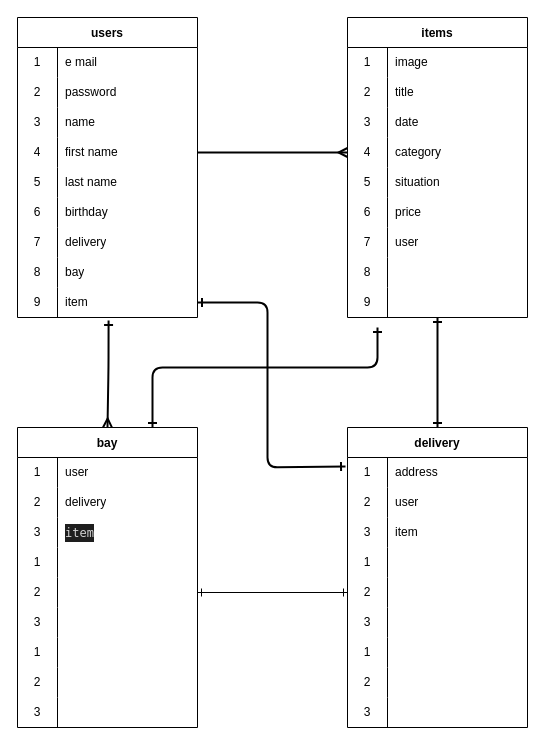
Before: datebase.dio in kaito-2327/furima-39234, a draw.io diagram. Source tidied: cells renumbered, new cells numbered last; positions are measured from the earlier drawing's top-left corner, leaving out a move shared by most shapes. Both pictures are drawn from the tidied source at 100%, with x=0, y=0 at pixel (17, 17).
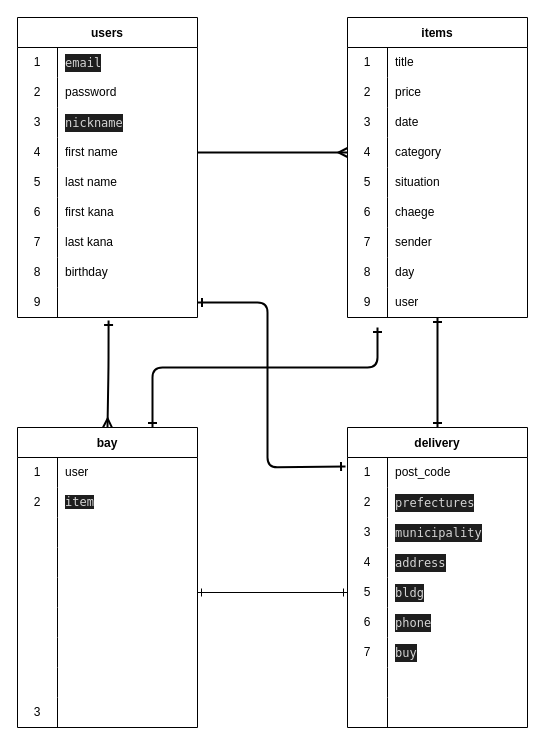
Above is the later version.

The change refers to these unchanged cells:
```xml
<mxCell id="3" style="shape=tableRow;horizontal=0;startSize=0;swimlaneHead=0;swimlaneBody=0;top=0;left=0;bottom=0;right=0;fillColor=none;" parent="2" vertex="1">
<mxCell id="9" style="shape=tableRow;horizontal=0;startSize=0;swimlaneHead=0;swimlaneBody=0;top=0;left=0;bottom=0;right=0;fillColor=none;" parent="2" vertex="1">
<mxCell id="18" style="shape=tableRow;horizontal=0;startSize=0;swimlaneHead=0;swimlaneBody=0;top=0;left=0;bottom=0;right=0;fillColor=none;" parent="2" vertex="1">
<mxCell id="21" style="shape=tableRow;horizontal=0;startSize=0;swimlaneHead=0;swimlaneBody=0;top=0;left=0;bottom=0;right=0;fillColor=none;" parent="2" vertex="1">
<mxCell id="24" style="shape=tableRow;horizontal=0;startSize=0;swimlaneHead=0;swimlaneBody=0;top=0;left=0;bottom=0;right=0;fillColor=none;" parent="2" vertex="1">
<mxCell id="27" style="shape=tableRow;horizontal=0;startSize=0;swimlaneHead=0;swimlaneBody=0;top=0;left=0;bottom=0;right=0;fillColor=none;points=[[0,0.5],[1,0.5]];portConstraint=eastwest;" parent="2" vertex="1">
<mxCell id="31" style="shape=tableRow;horizontal=0;startSize=0;swimlaneHead=0;swimlaneBody=0;top=0;left=0;bottom=0;right=0;fillColor=none;" parent="30" vertex="1">
<mxCell id="34" style="shape=tableRow;horizontal=0;startSize=0;swimlaneHead=0;swimlaneBody=0;top=0;left=0;bottom=0;right=0;fillColor=none;" parent="30" vertex="1">
<mxCell id="46" style="shape=tableRow;horizontal=0;startSize=0;swimlaneHead=0;swimlaneBody=0;top=0;left=0;bottom=0;right=0;fillColor=none;" parent="30" vertex="1">
<mxCell id="49" style="shape=tableRow;horizontal=0;startSize=0;swimlaneHead=0;swimlaneBody=0;top=0;left=0;bottom=0;right=0;fillColor=none;" parent="30" vertex="1">
<mxCell id="52" style="shape=tableRow;horizontal=0;startSize=0;swimlaneHead=0;swimlaneBody=0;top=0;left=0;bottom=0;right=0;fillColor=none;" parent="30" vertex="1">
<mxCell id="55" style="shape=tableRow;horizontal=0;startSize=0;swimlaneHead=0;swimlaneBody=0;top=0;left=0;bottom=0;right=0;fillColor=none;points=[[0,0.5],[1,0.5]];portConstraint=eastwest;" parent="30" vertex="1">
<mxCell id="64" style="shape=tableRow;horizontal=0;startSize=0;swimlaneHead=0;swimlaneBody=0;top=0;left=0;bottom=0;right=0;fillColor=none;" parent="60" vertex="1">
<mxCell id="67" style="shape=tableRow;horizontal=0;startSize=0;swimlaneHead=0;swimlaneBody=0;top=0;left=0;bottom=0;right=0;fillColor=none;" parent="60" vertex="1">
<mxCell id="70" style="shape=tableRow;horizontal=0;startSize=0;swimlaneHead=0;swimlaneBody=0;top=0;left=0;bottom=0;right=0;fillColor=none;" parent="60" vertex="1">
<mxCell id="73" style="shape=tableRow;horizontal=0;startSize=0;swimlaneHead=0;swimlaneBody=0;top=0;left=0;bottom=0;right=0;fillColor=none;points=[[0,0.5],[1,0.5]];portConstraint=eastwest;" parent="60" vertex="1">
<mxCell id="76" style="shape=tableRow;horizontal=0;startSize=0;swimlaneHead=0;swimlaneBody=0;top=0;left=0;bottom=0;right=0;fillColor=none;" parent="60" vertex="1">
<mxCell id="79" style="shape=tableRow;horizontal=0;startSize=0;swimlaneHead=0;swimlaneBody=0;top=0;left=0;bottom=0;right=0;fillColor=none;" parent="60" vertex="1">
<mxCell id="82" style="shape=tableRow;horizontal=0;startSize=0;swimlaneHead=0;swimlaneBody=0;top=0;left=0;bottom=0;right=0;fillColor=none;" parent="60" vertex="1">
<mxCell id="90" style="shape=tableRow;horizontal=0;startSize=0;swimlaneHead=0;swimlaneBody=0;top=0;left=0;bottom=0;right=0;fillColor=none;points=[[0,0.5],[1,0.5]];portConstraint=eastwest;" parent="89" vertex="1">
<mxCell id="93" style="shape=tableRow;horizontal=0;startSize=0;swimlaneHead=0;swimlaneBody=0;top=0;left=0;bottom=0;right=0;fillColor=none;" parent="89" vertex="1">
<mxCell id="96" style="shape=tableRow;horizontal=0;startSize=0;swimlaneHead=0;swimlaneBody=0;top=0;left=0;bottom=0;right=0;fillColor=none;" parent="89" vertex="1">
<mxCell id="99" style="shape=tableRow;horizontal=0;startSize=0;swimlaneHead=0;swimlaneBody=0;top=0;left=0;bottom=0;right=0;fillColor=none;" parent="89" vertex="1">
<mxCell id="102" style="shape=tableRow;horizontal=0;startSize=0;swimlaneHead=0;swimlaneBody=0;top=0;left=0;bottom=0;right=0;fillColor=none;points=[[0,0.5],[1,0.5]];portConstraint=eastwest;" parent="89" vertex="1">
<mxCell id="105" style="shape=tableRow;horizontal=0;startSize=0;swimlaneHead=0;swimlaneBody=0;top=0;left=0;bottom=0;right=0;fillColor=none;" parent="89" vertex="1">
<mxCell id="108" style="shape=tableRow;horizontal=0;startSize=0;swimlaneHead=0;swimlaneBody=0;top=0;left=0;bottom=0;right=0;fillColor=none;" parent="89" vertex="1">
<mxCell id="111" style="shape=tableRow;horizontal=0;startSize=0;swimlaneHead=0;swimlaneBody=0;top=0;left=0;bottom=0;right=0;fillColor=none;" parent="89" vertex="1">
<mxCell id="114" style="shape=tableRow;horizontal=0;startSize=0;swimlaneHead=0;swimlaneBody=0;top=0;left=0;bottom=0;right=0;fillColor=none;" parent="89" vertex="1">
```

Diff of the diagram source:
```diff
@@
-    <mxCell id="5" value="e mail" style="shape=partialRectangle;html=1;whiteSpace=wrap;fillColor=none;top=0;left=0;bottom=0;right=0;align=left;spacingLeft=6;overflow=hidden;" parent="3" vertex="1">
+    <mxCell id="5" value="&lt;div style=&quot;color: rgb(212, 212, 212); background-color: rgb(30, 30, 30); font-family: Menlo, Monaco, &amp;quot;Courier New&amp;quot;, monospace; line-height: 18px;&quot;&gt;email&lt;/div&gt;" style="shape=partialRectangle;html=1;whiteSpace=wrap;fillColor=none;top=0;left=0;bottom=0;right=0;align=left;spacingLeft=6;overflow=hidden;" parent="3" vertex="1">
       <mxGeometry x="40" width="140" height="30" as="geometry" />
     </mxCell>
@@
-    <mxCell id="11" value="name" style="shape=partialRectangle;html=1;whiteSpace=wrap;fillColor=none;top=0;left=0;bottom=0;right=0;align=left;spacingLeft=6;overflow=hidden;" parent="9" vertex="1">
+    <mxCell id="11" value="&lt;div style=&quot;color: rgb(212, 212, 212); background-color: rgb(30, 30, 30); font-family: Menlo, Monaco, &amp;quot;Courier New&amp;quot;, monospace; line-height: 18px;&quot;&gt;nickname&lt;/div&gt;" style="shape=partialRectangle;html=1;whiteSpace=wrap;fillColor=none;top=0;left=0;bottom=0;right=0;align=left;spacingLeft=6;overflow=hidden;" parent="9" vertex="1">
       <mxGeometry x="40" width="140" height="30" as="geometry" />
     </mxCell>
@@
-    <mxCell id="20" value="birthday" style="shape=partialRectangle;html=1;whiteSpace=wrap;fillColor=none;top=0;left=0;bottom=0;right=0;align=left;spacingLeft=6;overflow=hidden;" parent="18" vertex="1">
+    <mxCell id="20" value="first kana" style="shape=partialRectangle;html=1;whiteSpace=wrap;fillColor=none;top=0;left=0;bottom=0;right=0;align=left;spacingLeft=6;overflow=hidden;" parent="18" vertex="1">
       <mxGeometry x="40" width="140" height="30" as="geometry" />
     </mxCell>
@@
-    <mxCell id="23" value="delivery" style="shape=partialRectangle;html=1;whiteSpace=wrap;fillColor=none;top=0;left=0;bottom=0;right=0;align=left;spacingLeft=6;overflow=hidden;" parent="21" vertex="1">
+    <mxCell id="23" value="last kana" style="shape=partialRectangle;html=1;whiteSpace=wrap;fillColor=none;top=0;left=0;bottom=0;right=0;align=left;spacingLeft=6;overflow=hidden;" parent="21" vertex="1">
       <mxGeometry x="40" width="140" height="30" as="geometry" />
     </mxCell>
@@
-    <mxCell id="26" value="bay" style="shape=partialRectangle;html=1;whiteSpace=wrap;fillColor=none;top=0;left=0;bottom=0;right=0;align=left;spacingLeft=6;overflow=hidden;" parent="24" vertex="1">
+    <mxCell id="26" value="birthday" style="shape=partialRectangle;html=1;whiteSpace=wrap;fillColor=none;top=0;left=0;bottom=0;right=0;align=left;spacingLeft=6;overflow=hidden;" parent="24" vertex="1">
       <mxGeometry x="40" width="140" height="30" as="geometry" />
     </mxCell>
@@
-    <mxCell id="29" value="item" style="shape=partialRectangle;html=1;whiteSpace=wrap;fillColor=none;top=0;left=0;bottom=0;right=0;align=left;spacingLeft=6;overflow=hidden;" parent="27" vertex="1">
+    <mxCell id="29" style="shape=partialRectangle;html=1;whiteSpace=wrap;fillColor=none;top=0;left=0;bottom=0;right=0;align=left;spacingLeft=6;overflow=hidden;" parent="27" vertex="1">
       <mxGeometry x="40" width="140" height="30" as="geometry" />
     </mxCell>
@@
-    <mxCell id="33" value="image" style="shape=partialRectangle;html=1;whiteSpace=wrap;fillColor=none;top=0;left=0;bottom=0;right=0;align=left;spacingLeft=6;overflow=hidden;" parent="31" vertex="1">
+    <mxCell id="33" value="title" style="shape=partialRectangle;html=1;whiteSpace=wrap;fillColor=none;top=0;left=0;bottom=0;right=0;align=left;spacingLeft=6;overflow=hidden;" parent="31" vertex="1">
       <mxGeometry x="40" width="140" height="30" as="geometry" />
     </mxCell>
@@
-    <mxCell id="36" value="title" style="shape=partialRectangle;html=1;whiteSpace=wrap;fillColor=none;top=0;left=0;bottom=0;right=0;align=left;spacingLeft=6;overflow=hidden;" parent="34" vertex="1">
+    <mxCell id="36" value="price" style="shape=partialRectangle;html=1;whiteSpace=wrap;fillColor=none;top=0;left=0;bottom=0;right=0;align=left;spacingLeft=6;overflow=hidden;" parent="34" vertex="1">
       <mxGeometry x="40" width="140" height="30" as="geometry" />
     </mxCell>
@@
-    <mxCell id="48" value="price" style="shape=partialRectangle;html=1;whiteSpace=wrap;fillColor=none;top=0;left=0;bottom=0;right=0;align=left;spacingLeft=6;overflow=hidden;" parent="46" vertex="1">
+    <mxCell id="48" value="chaege" style="shape=partialRectangle;html=1;whiteSpace=wrap;fillColor=none;top=0;left=0;bottom=0;right=0;align=left;spacingLeft=6;overflow=hidden;" parent="46" vertex="1">
       <mxGeometry x="40" width="140" height="30" as="geometry" />
     </mxCell>
@@
-    <mxCell id="51" value="user" style="shape=partialRectangle;html=1;whiteSpace=wrap;fillColor=none;top=0;left=0;bottom=0;right=0;align=left;spacingLeft=6;overflow=hidden;" parent="49" vertex="1">
+    <mxCell id="51" value="sender" style="shape=partialRectangle;html=1;whiteSpace=wrap;fillColor=none;top=0;left=0;bottom=0;right=0;align=left;spacingLeft=6;overflow=hidden;" parent="49" vertex="1">
       <mxGeometry x="40" width="140" height="30" as="geometry" />
     </mxCell>
@@
-    <mxCell id="54" style="shape=partialRectangle;html=1;whiteSpace=wrap;fillColor=none;top=0;left=0;bottom=0;right=0;align=left;spacingLeft=6;overflow=hidden;" parent="52" vertex="1">
+    <mxCell id="54" value="day" style="shape=partialRectangle;html=1;whiteSpace=wrap;fillColor=none;top=0;left=0;bottom=0;right=0;align=left;spacingLeft=6;overflow=hidden;" parent="52" vertex="1">
       <mxGeometry x="40" width="140" height="30" as="geometry" />
     </mxCell>
@@
-    <mxCell id="57" style="shape=partialRectangle;html=1;whiteSpace=wrap;fillColor=none;top=0;left=0;bottom=0;right=0;align=left;spacingLeft=6;overflow=hidden;" parent="55" vertex="1">
+    <mxCell id="57" value="user" style="shape=partialRectangle;html=1;whiteSpace=wrap;fillColor=none;top=0;left=0;bottom=0;right=0;align=left;spacingLeft=6;overflow=hidden;" parent="55" vertex="1">
       <mxGeometry x="40" width="140" height="30" as="geometry" />
     </mxCell>
@@
-    <mxCell id="66" value="delivery" style="shape=partialRectangle;html=1;whiteSpace=wrap;fillColor=none;top=0;left=0;bottom=0;right=0;align=left;spacingLeft=6;overflow=hidden;" parent="64" vertex="1">
+    <mxCell id="66" value="&lt;span style=&quot;color: rgb(212, 212, 212); font-family: Menlo, Monaco, &amp;quot;Courier New&amp;quot;, monospace; background-color: rgb(30, 30, 30);&quot;&gt;item&lt;/span&gt;" style="shape=partialRectangle;html=1;whiteSpace=wrap;fillColor=none;top=0;left=0;bottom=0;right=0;align=left;spacingLeft=6;overflow=hidden;" parent="64" vertex="1">
       <mxGeometry x="40" width="140" height="30" as="geometry" />
     </mxCell>
@@
-    <mxCell id="68" value="3" style="shape=partialRectangle;html=1;whiteSpace=wrap;fillColor=none;top=0;left=0;bottom=0;right=0;overflow=hidden;" parent="67" vertex="1">
+    <mxCell id="68" style="shape=partialRectangle;html=1;whiteSpace=wrap;fillColor=none;top=0;left=0;bottom=0;right=0;overflow=hidden;" parent="67" vertex="1">
       <mxGeometry width="40" height="30" as="geometry" />
     </mxCell>
-    <mxCell id="69" value="&lt;div style=&quot;color: rgb(212, 212, 212); background-color: rgb(30, 30, 30); font-family: Menlo, Monaco, &amp;quot;Courier New&amp;quot;, monospace; line-height: 18px;&quot;&gt;item&lt;/div&gt;" style="shape=partialRectangle;html=1;whiteSpace=wrap;fillColor=none;top=0;left=0;bottom=0;right=0;align=left;spacingLeft=6;overflow=hidden;" parent="67" vertex="1">
+    <mxCell id="69" value="&lt;div style=&quot;color: rgb(212, 212, 212); background-color: rgb(30, 30, 30); font-family: Menlo, Monaco, &amp;quot;Courier New&amp;quot;, monospace; line-height: 18px;&quot;&gt;&lt;br&gt;&lt;/div&gt;" style="shape=partialRectangle;html=1;whiteSpace=wrap;fillColor=none;top=0;left=0;bottom=0;right=0;align=left;spacingLeft=6;overflow=hidden;" parent="67" vertex="1">
       <mxGeometry x="40" width="140" height="30" as="geometry" />
     </mxCell>
@@
-    <mxCell id="71" value="1" style="shape=partialRectangle;html=1;whiteSpace=wrap;fillColor=none;top=0;left=0;bottom=0;right=0;overflow=hidden;" parent="70" vertex="1">
+    <mxCell id="71" style="shape=partialRectangle;html=1;whiteSpace=wrap;fillColor=none;top=0;left=0;bottom=0;right=0;overflow=hidden;" parent="70" vertex="1">
       <mxGeometry width="40" height="30" as="geometry" />
     </mxCell>
@@
-    <mxCell id="74" value="2" style="shape=partialRectangle;html=1;whiteSpace=wrap;fillColor=none;top=0;left=0;bottom=0;right=0;overflow=hidden;" parent="73" vertex="1">
+    <mxCell id="74" style="shape=partialRectangle;html=1;whiteSpace=wrap;fillColor=none;top=0;left=0;bottom=0;right=0;overflow=hidden;" parent="73" vertex="1">
       <mxGeometry width="40" height="30" as="geometry" />
     </mxCell>
@@
-    <mxCell id="77" value="3" style="shape=partialRectangle;html=1;whiteSpace=wrap;fillColor=none;top=0;left=0;bottom=0;right=0;overflow=hidden;" parent="76" vertex="1">
+    <mxCell id="77" style="shape=partialRectangle;html=1;whiteSpace=wrap;fillColor=none;top=0;left=0;bottom=0;right=0;overflow=hidden;" parent="76" vertex="1">
       <mxGeometry width="40" height="30" as="geometry" />
     </mxCell>
@@
-    <mxCell id="80" value="1" style="shape=partialRectangle;html=1;whiteSpace=wrap;fillColor=none;top=0;left=0;bottom=0;right=0;overflow=hidden;" parent="79" vertex="1">
+    <mxCell id="80" style="shape=partialRectangle;html=1;whiteSpace=wrap;fillColor=none;top=0;left=0;bottom=0;right=0;overflow=hidden;" parent="79" vertex="1">
       <mxGeometry width="40" height="30" as="geometry" />
     </mxCell>
@@
-    <mxCell id="83" value="2" style="shape=partialRectangle;html=1;whiteSpace=wrap;fillColor=none;top=0;left=0;bottom=0;right=0;overflow=hidden;" parent="82" vertex="1">
+    <mxCell id="83" style="shape=partialRectangle;html=1;whiteSpace=wrap;fillColor=none;top=0;left=0;bottom=0;right=0;overflow=hidden;" parent="82" vertex="1">
       <mxGeometry width="40" height="30" as="geometry" />
     </mxCell>
@@
-    <mxCell id="92" value="address" style="shape=partialRectangle;html=1;whiteSpace=wrap;fillColor=none;top=0;left=0;bottom=0;right=0;align=left;spacingLeft=6;overflow=hidden;" parent="90" vertex="1">
+    <mxCell id="92" value="post_code" style="shape=partialRectangle;html=1;whiteSpace=wrap;fillColor=none;top=0;left=0;bottom=0;right=0;align=left;spacingLeft=6;overflow=hidden;" parent="90" vertex="1">
       <mxGeometry x="40" width="140" height="30" as="geometry" />
     </mxCell>
@@
-    <mxCell id="95" value="user" style="shape=partialRectangle;html=1;whiteSpace=wrap;fillColor=none;top=0;left=0;bottom=0;right=0;align=left;spacingLeft=6;overflow=hidden;" parent="93" vertex="1">
+    <mxCell id="95" value="&lt;div style=&quot;color: rgb(212, 212, 212); background-color: rgb(30, 30, 30); font-family: Menlo, Monaco, &amp;quot;Courier New&amp;quot;, monospace; line-height: 18px;&quot;&gt;prefectures&lt;/div&gt;" style="shape=partialRectangle;html=1;whiteSpace=wrap;fillColor=none;top=0;left=0;bottom=0;right=0;align=left;spacingLeft=6;overflow=hidden;" parent="93" vertex="1">
       <mxGeometry x="40" width="140" height="30" as="geometry" />
     </mxCell>
@@
-    <mxCell id="98" value="item" style="shape=partialRectangle;html=1;whiteSpace=wrap;fillColor=none;top=0;left=0;bottom=0;right=0;align=left;spacingLeft=6;overflow=hidden;" parent="96" vertex="1">
+    <mxCell id="98" value="&lt;div style=&quot;color: rgb(212, 212, 212); background-color: rgb(30, 30, 30); font-family: Menlo, Monaco, &amp;quot;Courier New&amp;quot;, monospace; line-height: 18px;&quot;&gt;municipality&lt;/div&gt;" style="shape=partialRectangle;html=1;whiteSpace=wrap;fillColor=none;top=0;left=0;bottom=0;right=0;align=left;spacingLeft=6;overflow=hidden;" parent="96" vertex="1">
       <mxGeometry x="40" width="140" height="30" as="geometry" />
     </mxCell>
@@
-    <mxCell id="100" value="1" style="shape=partialRectangle;html=1;whiteSpace=wrap;fillColor=none;top=0;left=0;bottom=0;right=0;overflow=hidden;" parent="99" vertex="1">
+    <mxCell id="100" value="4" style="shape=partialRectangle;html=1;whiteSpace=wrap;fillColor=none;top=0;left=0;bottom=0;right=0;overflow=hidden;" parent="99" vertex="1">
       <mxGeometry width="40" height="30" as="geometry" />
     </mxCell>
-    <mxCell id="101" style="shape=partialRectangle;html=1;whiteSpace=wrap;fillColor=none;top=0;left=0;bottom=0;right=0;align=left;spacingLeft=6;overflow=hidden;" parent="99" vertex="1">
+    <mxCell id="101" value="&lt;div style=&quot;color: rgb(212, 212, 212); background-color: rgb(30, 30, 30); font-family: Menlo, Monaco, &amp;quot;Courier New&amp;quot;, monospace; line-height: 18px;&quot;&gt;address&lt;/div&gt;" style="shape=partialRectangle;html=1;whiteSpace=wrap;fillColor=none;top=0;left=0;bottom=0;right=0;align=left;spacingLeft=6;overflow=hidden;" parent="99" vertex="1">
       <mxGeometry x="40" width="140" height="30" as="geometry" />
     </mxCell>
@@
-    <mxCell id="103" value="2" style="shape=partialRectangle;html=1;whiteSpace=wrap;fillColor=none;top=0;left=0;bottom=0;right=0;overflow=hidden;" parent="102" vertex="1">
+    <mxCell id="103" value="5" style="shape=partialRectangle;html=1;whiteSpace=wrap;fillColor=none;top=0;left=0;bottom=0;right=0;overflow=hidden;" parent="102" vertex="1">
       <mxGeometry width="40" height="30" as="geometry" />
     </mxCell>
-    <mxCell id="104" style="shape=partialRectangle;html=1;whiteSpace=wrap;fillColor=none;top=0;left=0;bottom=0;right=0;align=left;spacingLeft=6;overflow=hidden;" parent="102" vertex="1">
+    <mxCell id="104" value="&lt;div style=&quot;color: rgb(212, 212, 212); background-color: rgb(30, 30, 30); font-family: Menlo, Monaco, &amp;quot;Courier New&amp;quot;, monospace; line-height: 18px;&quot;&gt;bldg&lt;/div&gt;" style="shape=partialRectangle;html=1;whiteSpace=wrap;fillColor=none;top=0;left=0;bottom=0;right=0;align=left;spacingLeft=6;overflow=hidden;" parent="102" vertex="1">
       <mxGeometry x="40" width="140" height="30" as="geometry" />
     </mxCell>
@@
-    <mxCell id="106" value="3" style="shape=partialRectangle;html=1;whiteSpace=wrap;fillColor=none;top=0;left=0;bottom=0;right=0;overflow=hidden;" parent="105" vertex="1">
+    <mxCell id="106" value="6" style="shape=partialRectangle;html=1;whiteSpace=wrap;fillColor=none;top=0;left=0;bottom=0;right=0;overflow=hidden;" parent="105" vertex="1">
       <mxGeometry width="40" height="30" as="geometry" />
     </mxCell>
-    <mxCell id="107" style="shape=partialRectangle;html=1;whiteSpace=wrap;fillColor=none;top=0;left=0;bottom=0;right=0;align=left;spacingLeft=6;overflow=hidden;" parent="105" vertex="1">
+    <mxCell id="107" value="&lt;div style=&quot;color: rgb(212, 212, 212); background-color: rgb(30, 30, 30); font-family: Menlo, Monaco, &amp;quot;Courier New&amp;quot;, monospace; line-height: 18px;&quot;&gt;phone&lt;/div&gt;" style="shape=partialRectangle;html=1;whiteSpace=wrap;fillColor=none;top=0;left=0;bottom=0;right=0;align=left;spacingLeft=6;overflow=hidden;" parent="105" vertex="1">
       <mxGeometry x="40" width="140" height="30" as="geometry" />
     </mxCell>
@@
-    <mxCell id="109" value="1" style="shape=partialRectangle;html=1;whiteSpace=wrap;fillColor=none;top=0;left=0;bottom=0;right=0;overflow=hidden;" parent="108" vertex="1">
+    <mxCell id="109" value="7" style="shape=partialRectangle;html=1;whiteSpace=wrap;fillColor=none;top=0;left=0;bottom=0;right=0;overflow=hidden;" parent="108" vertex="1">
       <mxGeometry width="40" height="30" as="geometry" />
     </mxCell>
-    <mxCell id="110" style="shape=partialRectangle;html=1;whiteSpace=wrap;fillColor=none;top=0;left=0;bottom=0;right=0;align=left;spacingLeft=6;overflow=hidden;" parent="108" vertex="1">
+    <mxCell id="110" value="&lt;div style=&quot;color: rgb(212, 212, 212); background-color: rgb(30, 30, 30); font-family: Menlo, Monaco, &amp;quot;Courier New&amp;quot;, monospace; line-height: 18px;&quot;&gt;buy&lt;/div&gt;" style="shape=partialRectangle;html=1;whiteSpace=wrap;fillColor=none;top=0;left=0;bottom=0;right=0;align=left;spacingLeft=6;overflow=hidden;" parent="108" vertex="1">
       <mxGeometry x="40" width="140" height="30" as="geometry" />
     </mxCell>
@@
-    <mxCell id="112" value="2" style="shape=partialRectangle;html=1;whiteSpace=wrap;fillColor=none;top=0;left=0;bottom=0;right=0;overflow=hidden;" parent="111" vertex="1">
+    <mxCell id="112" style="shape=partialRectangle;html=1;whiteSpace=wrap;fillColor=none;top=0;left=0;bottom=0;right=0;overflow=hidden;" parent="111" vertex="1">
       <mxGeometry width="40" height="30" as="geometry" />
     </mxCell>
@@
-    <mxCell id="115" value="3" style="shape=partialRectangle;html=1;whiteSpace=wrap;fillColor=none;top=0;left=0;bottom=0;right=0;overflow=hidden;" parent="114" vertex="1">
+    <mxCell id="115" style="shape=partialRectangle;html=1;whiteSpace=wrap;fillColor=none;top=0;left=0;bottom=0;right=0;overflow=hidden;" parent="114" vertex="1">
       <mxGeometry width="40" height="30" as="geometry" />
     </mxCell>
```
